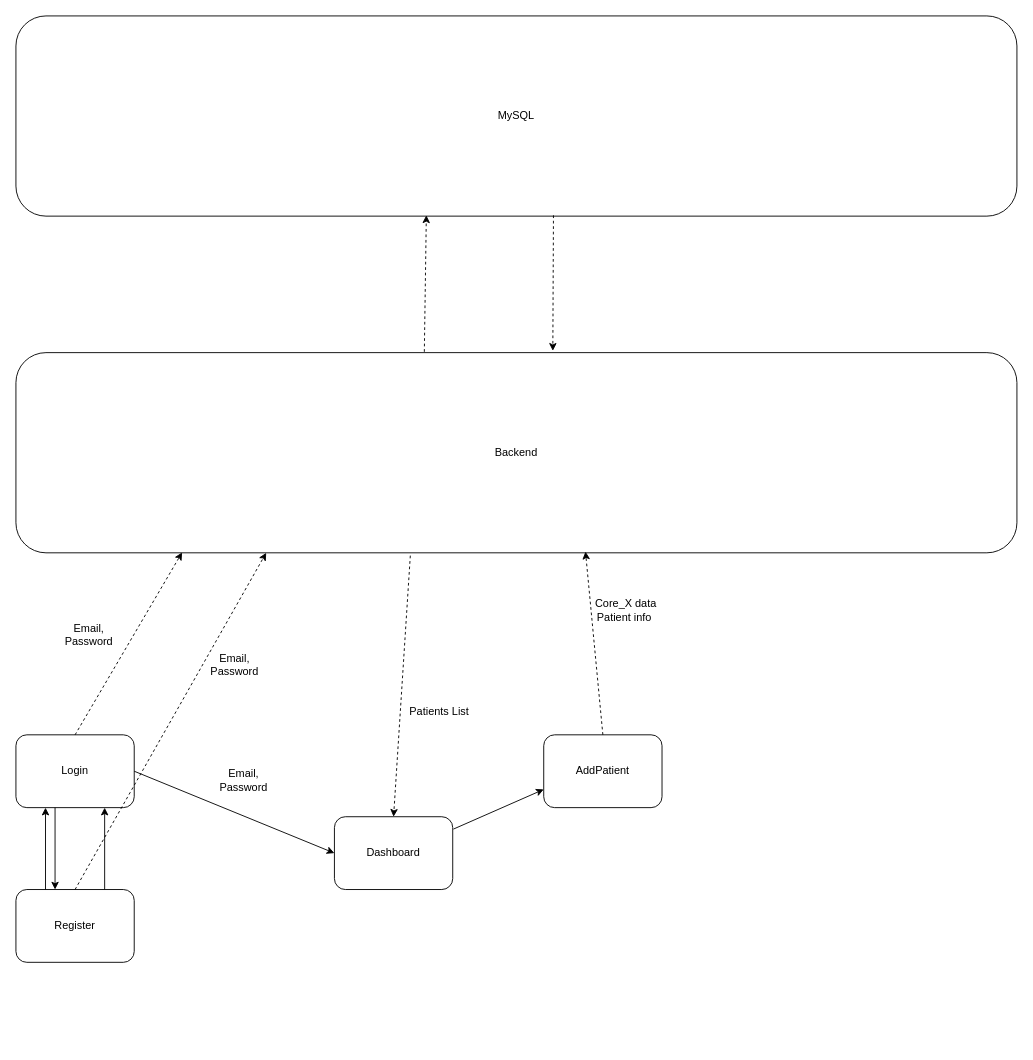
This is frontend/ApplicationDiagram.drawio from DeMeyerRobin/IndustryProject-BariatricSurgeryG1, a draw.io file, before an edit. Source tidied: cells renumbered, new cells numbered last; positions are measured from the earlier drawing's top-left corner, leaving out a move shared by most shapes. Both pictures are drawn from the tidied source at 91%, with x=0, y=0 at pixel (15, 15).
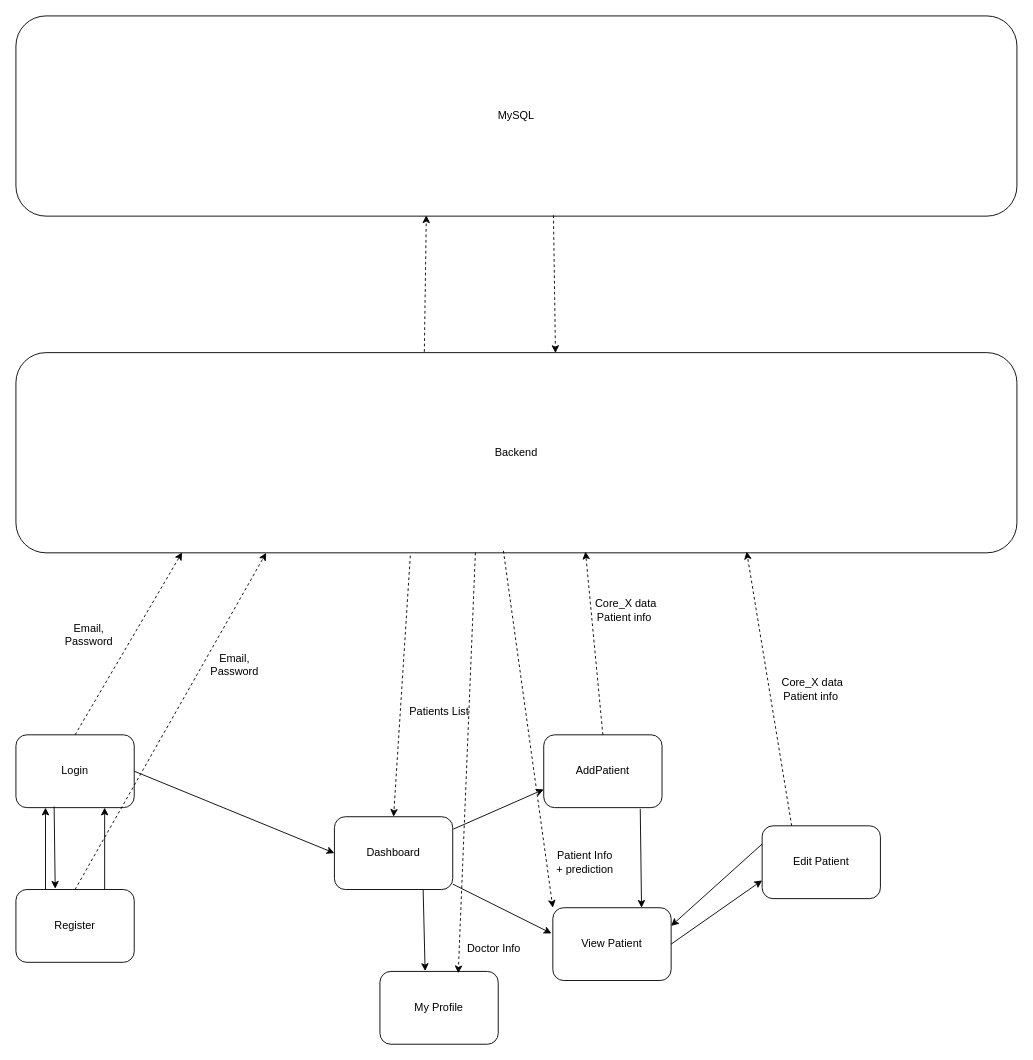
The same diagram, later.

Unchanged cells that the change refers to:
```xml
<mxCell id="2" value="Login" style="rounded=1;whiteSpace=wrap;html=1;" parent="1" vertex="1">
  <mxGeometry y="790" width="130" height="80" as="geometry" />
</mxCell>
<mxCell id="3" value="Register" style="rounded=1;whiteSpace=wrap;html=1;" parent="1" vertex="1">
  <mxGeometry y="960" width="130" height="80" as="geometry" />
</mxCell>
<mxCell id="4" value="Dashboard" style="rounded=1;whiteSpace=wrap;html=1;" parent="1" vertex="1">
  <mxGeometry x="350" y="880" width="130" height="80" as="geometry" />
</mxCell>
<mxCell id="7" value="Backend" style="rounded=1;whiteSpace=wrap;html=1;" parent="1" vertex="1">
  <mxGeometry y="370" width="1100" height="220" as="geometry" />
</mxCell>
<mxCell id="15" value="AddPatient" style="rounded=1;whiteSpace=wrap;html=1;" parent="1" vertex="1">
  <mxGeometry x="580" y="790" width="130" height="80" as="geometry" />
</mxCell>
<mxCell id="19" value="MySQL" style="rounded=1;whiteSpace=wrap;html=1;" parent="1" vertex="1">
  <mxGeometry width="1100" height="220" as="geometry" />
</mxCell>
```

Diff of the diagram source:
```diff
@@
-    <mxCell id="10" value="Email,&lt;div&gt;Password&lt;/div&gt;" style="text;html=1;align=center;verticalAlign=middle;strokeColor=none;fillColor=none;" parent="1" vertex="1">
-      <mxGeometry x="210" y="820" width="80" height="40" as="geometry" />
-    </mxCell>
@@
-    <mxCell id="12" style="endArrow=none;html=1;rounded=0;exitX=0.25;exitY=0;exitDx=0;exitDy=0;entryX=0.25;entryY=1;entryDx=0;entryDy=0;startArrow=classic;startFill=1;" parent="1" edge="1">
-      <mxGeometry relative="1" as="geometry">
-        <mxPoint x="43" y="960" as="sourcePoint" />
-        <mxPoint x="43" y="870" as="targetPoint" />
-      </mxGeometry>
+    <mxCell id="12" style="endArrow=none;html=1;rounded=0;exitX=0.332;exitY=-0.011;exitDx=0;exitDy=0;entryX=0.323;entryY=0.986;entryDx=0;entryDy=0;startArrow=classic;startFill=1;exitPerimeter=0;entryPerimeter=0;" parent="1" edge="1" source="3" target="2">
+      <mxGeometry relative="1" as="geometry" />
     </mxCell>
@@
-    <mxCell id="21" style="endArrow=classic;html=1;rounded=0;exitX=0.537;exitY=0.996;exitDx=0;exitDy=0;dashed=1;exitPerimeter=0;" parent="1" edge="1" source="19">
-      <mxGeometry relative="1" as="geometry">
-        <mxPoint x="590" y="368" as="targetPoint" />
-      </mxGeometry>
+    <mxCell id="21" style="endArrow=classic;html=1;rounded=0;exitX=0.537;exitY=0.996;exitDx=0;exitDy=0;dashed=1;exitPerimeter=0;entryX=0.539;entryY=0.002;entryDx=0;entryDy=0;entryPerimeter=0;" parent="1" edge="1" source="19" target="7">
+      <mxGeometry relative="1" as="geometry" />
     </mxCell>
@@
+    <mxCell id="24" style="endArrow=classic;html=1;rounded=0;exitX=1.006;exitY=0.17;exitDx=0;exitDy=0;exitPerimeter=0;entryX=-0.011;entryY=0.353;entryDx=0;entryDy=0;entryPerimeter=0;" parent="1" edge="1" target="25">
+      <mxGeometry relative="1" as="geometry">
+        <mxPoint x="480" y="954" as="sourcePoint" />
+      </mxGeometry>
+    </mxCell>
+    <mxCell id="25" value="View Patient" style="rounded=1;whiteSpace=wrap;html=1;" parent="1" vertex="1">
+      <mxGeometry x="590" y="980" width="130" height="80" as="geometry" />
+    </mxCell>
+    <mxCell id="26" style="endArrow=classic;html=1;rounded=0;exitX=0.487;exitY=0.99;exitDx=0;exitDy=0;entryX=0;entryY=0;entryDx=0;entryDy=0;dashed=1;exitPerimeter=0;" parent="1" edge="1" source="7" target="25">
+      <mxGeometry relative="1" as="geometry" />
+    </mxCell>
+    <mxCell id="27" value="Patient Info&lt;div&gt;+ prediction&lt;/div&gt;" style="text;html=1;align=center;verticalAlign=middle;strokeColor=none;fillColor=none;" parent="1" vertex="1">
+      <mxGeometry x="580" y="910" width="90" height="40" as="geometry" />
+    </mxCell>
+    <mxCell id="28" style="endArrow=classic;html=1;rounded=0;exitX=0.816;exitY=1.017;exitDx=0;exitDy=0;entryX=0.75;entryY=0;entryDx=0;entryDy=0;exitPerimeter=0;" parent="1" edge="1" source="15" target="25">
+      <mxGeometry relative="1" as="geometry" />
+    </mxCell>
+    <mxCell id="29" style="endArrow=classic;html=1;rounded=0;exitX=0.75;exitY=1;exitDx=0;exitDy=0;entryX=0.382;entryY=-0.006;entryDx=0;entryDy=0;entryPerimeter=0;" parent="1" edge="1" source="4" target="30">
+      <mxGeometry relative="1" as="geometry" />
+    </mxCell>
+    <mxCell id="30" value="My Profile" style="rounded=1;whiteSpace=wrap;html=1;" parent="1" vertex="1">
+      <mxGeometry x="400" y="1050" width="130" height="80" as="geometry" />
+    </mxCell>
+    <mxCell id="31" style="endArrow=classic;html=1;rounded=0;exitX=0.459;exitY=0.999;exitDx=0;exitDy=0;entryX=0.662;entryY=0.025;entryDx=0;entryDy=0;dashed=1;exitPerimeter=0;entryPerimeter=0;" parent="1" edge="1" source="7" target="30">
+      <mxGeometry relative="1" as="geometry" />
+    </mxCell>
+    <mxCell id="32" value="Doctor Info" style="text;html=1;align=center;verticalAlign=middle;strokeColor=none;fillColor=none;" parent="1" vertex="1">
+      <mxGeometry x="485" y="1010" width="80" height="30" as="geometry" />
+    </mxCell>
+    <mxCell id="33" value="Edit Patient" style="rounded=1;whiteSpace=wrap;html=1;" parent="1" vertex="1">
+      <mxGeometry x="820" y="890" width="130" height="80" as="geometry" />
+    </mxCell>
+    <mxCell id="34" style="endArrow=classic;html=1;rounded=0;exitX=1;exitY=0.5;exitDx=0;exitDy=0;entryX=0;entryY=0.75;entryDx=0;entryDy=0;" parent="1" edge="1" source="25" target="33">
+      <mxGeometry relative="1" as="geometry" />
+    </mxCell>
+    <mxCell id="35" style="endArrow=classic;html=1;rounded=0;exitX=0.25;exitY=0;exitDx=0;exitDy=0;entryX=0.73;entryY=0.994;entryDx=0;entryDy=0;dashed=1;entryPerimeter=0;" parent="1" edge="1" source="33" target="7">
+      <mxGeometry relative="1" as="geometry" />
+    </mxCell>
+    <mxCell id="36" value="Core_X data&lt;div&gt;Patient info&amp;nbsp;&lt;/div&gt;" style="text;html=1;align=center;verticalAlign=middle;strokeColor=none;fillColor=none;" parent="1" vertex="1">
+      <mxGeometry x="830" y="720" width="90" height="40" as="geometry" />
+    </mxCell>
+    <mxCell id="37" style="endArrow=classic;html=1;rounded=0;exitX=0;exitY=0.25;exitDx=0;exitDy=0;entryX=1;entryY=0.25;entryDx=0;entryDy=0;" parent="1" edge="1" source="33" target="25">
+      <mxGeometry relative="1" as="geometry" />
+    </mxCell>
```
